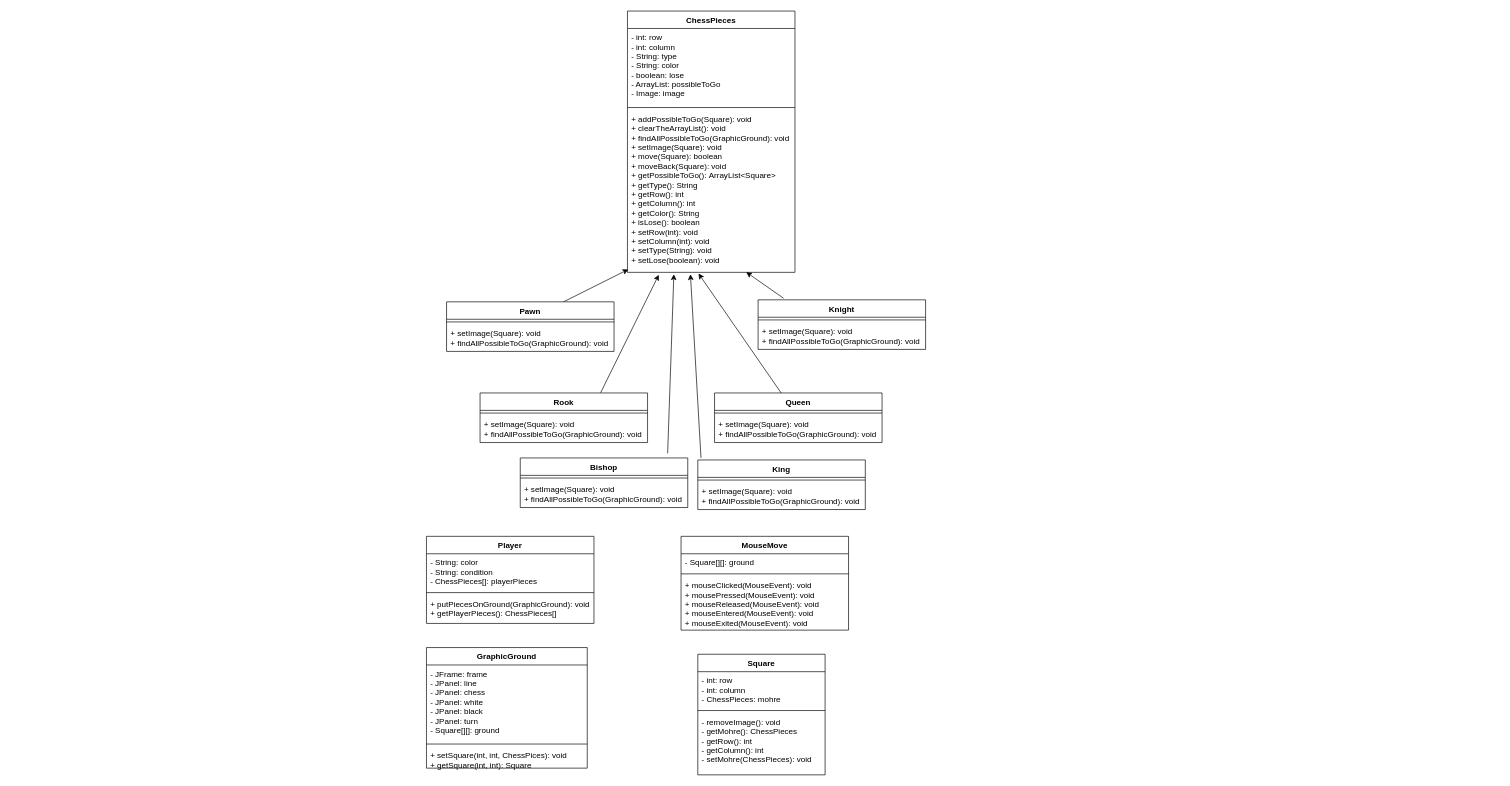
Earlier version of the draw.io diagram ChessGraphicDiagram.drawio (Baharkaviani/GraphicOfChess). Source tidied: cells renumbered, new cells numbered last; positions are measured from the earlier drawing's top-left corner, leaving out a move shared by most shapes. Both pictures are drawn from the tidied source at 67%, with x=0, y=0 at pixel (426, 11).
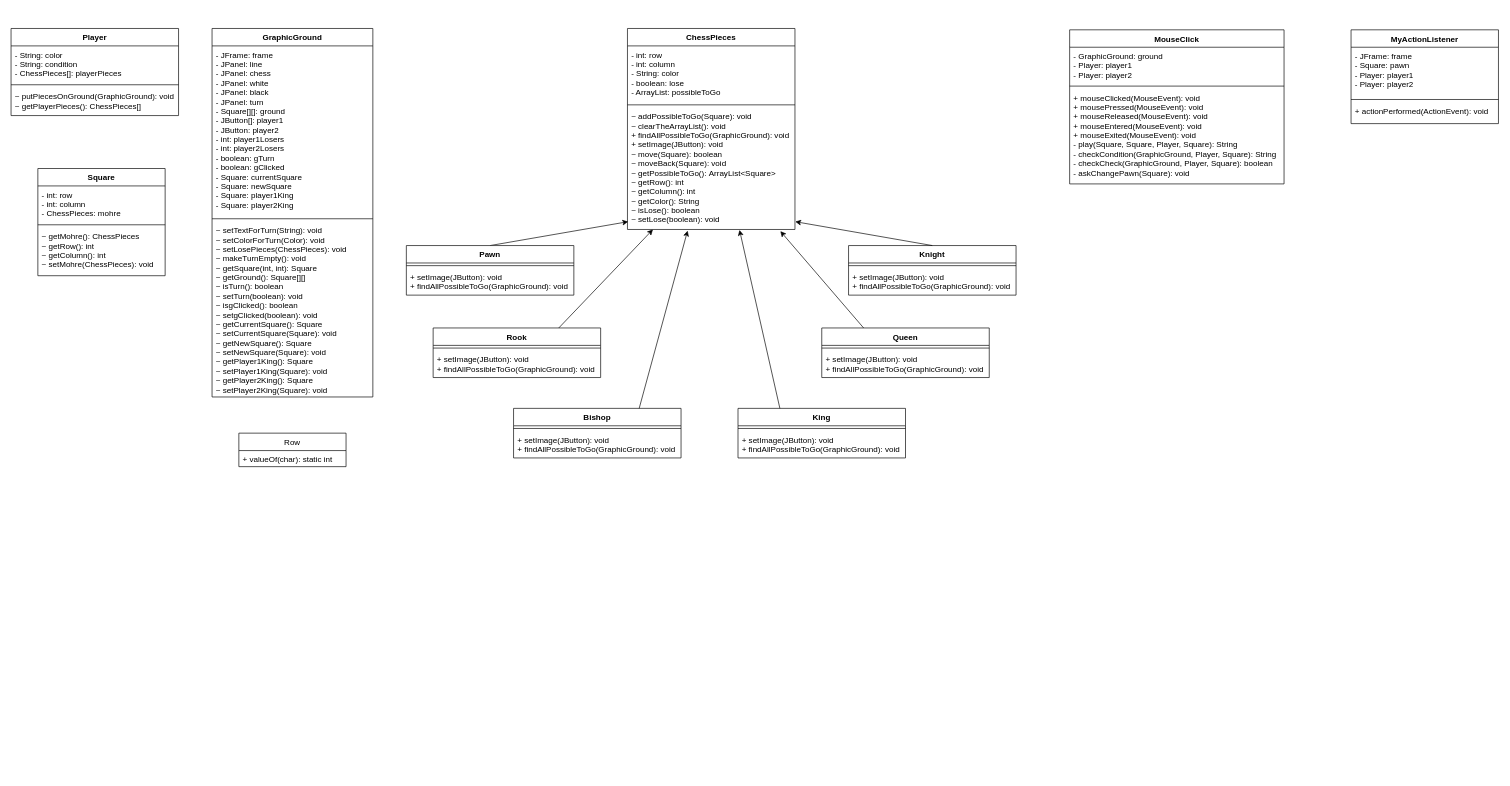
The same diagram, later.

Commit message (it also covers changes not shown here):
Complete ChessGraphicDiagram.drawio and some little changes

What changed in the source:
```diff
@@
     <mxCell id="2" value="ChessPieces" style="swimlane;fontStyle=1;align=center;verticalAlign=top;horizontal=1;startSize=26;" parent="1" vertex="1">
-      <mxGeometry x="300" width="250" height="390" as="geometry" />
+      <mxGeometry x="300" y="26" width="250" height="300" as="geometry" />
     </mxCell>
-    <mxCell id="3" value="- int: row&#10;- int: column&#10;- String: type&#10;- String: color&#10;- boolean: lose&#10;- ArrayList: possibleToGo&#10;- Image: image" style="text;strokeColor=none;fillColor=none;align=left;verticalAlign=top;spacingLeft=4;spacingRight=4;overflow=hidden;" parent="2" vertex="1">
-      <mxGeometry y="26" width="250" height="114" as="geometry" />
+    <mxCell id="3" value="- int: row&#10;- int: column&#10;- String: color&#10;- boolean: lose&#10;- ArrayList: possibleToGo&#10;" style="text;strokeColor=none;fillColor=none;align=left;verticalAlign=top;spacingLeft=4;spacingRight=4;overflow=hidden;" parent="2" vertex="1">
+      <mxGeometry y="26" width="250" height="84" as="geometry" />
     </mxCell>
     <mxCell id="4" style="line;strokeWidth=1;fillColor=none;align=left;verticalAlign=middle;spacingTop=-1;spacingLeft=3;spacingRight=3;labelPosition=right;" parent="2" vertex="1">
-      <mxGeometry y="140" width="250" height="8" as="geometry" />
+      <mxGeometry y="110" width="250" height="8" as="geometry" />
     </mxCell>
-    <mxCell id="5" value="+ addPossibleToGo(Square): void&#10;+ clearTheArrayList(): void&#10;+ findAllPossibleToGo(GraphicGround): void&#10;+ setImage(Square): void&#10;+ move(Square): boolean&#10;+ moveBack(Square): void&#10;+ getPossibleToGo(): ArrayList&lt;Square&gt;&#10;+ getType(): String&#10;+ getRow(): int&#10;+ getColumn(): int&#10;+ getColor(): String&#10;+ isLose(): boolean&#10;+ setRow(int): void&#10;+ setColumn(int): void&#10;+ setType(String): void&#10;+ setLose(boolean): void&#10;" style="text;strokeColor=none;fillColor=none;align=left;verticalAlign=top;spacingLeft=4;spacingRight=4;overflow=hidden;points=[[0,0.5],[1,0.5]];portConstraint=eastwest;fontStyle=0;" parent="2" vertex="1">
-      <mxGeometry y="148" width="250" height="242" as="geometry" />
+    <mxCell id="5" value="~ addPossibleToGo(Square): void&#10;~ clearTheArrayList(): void&#10;+ findAllPossibleToGo(GraphicGround): void&#10;+ setImage(JButton): void&#10;~ move(Square): boolean&#10;~ moveBack(Square): void&#10;~ getPossibleToGo(): ArrayList&lt;Square&gt;&#10;~ getRow(): int&#10;~ getColumn(): int&#10;~ getColor(): String&#10;~ isLose(): boolean&#10;~ setLose(boolean): void&#10;" style="text;strokeColor=none;fillColor=none;align=left;verticalAlign=top;spacingLeft=4;spacingRight=4;overflow=hidden;points=[[0,0.5],[1,0.5]];portConstraint=eastwest;fontStyle=0;" parent="2" vertex="1">
+      <mxGeometry y="118" width="250" height="182" as="geometry" />
     </mxCell>
-    <mxCell id="6" style="endArrow=classic;html=1;entryX=0.005;entryY=0.982;entryDx=0;entryDy=0;entryPerimeter=0;exitX=0.696;exitY=0.004;exitDx=0;exitDy=0;exitPerimeter=0;" parent="1" edge="1" source="7" target="5">
+    <mxCell id="6" style="endArrow=classic;html=1;entryX=0.004;entryY=0.936;entryDx=0;entryDy=0;entryPerimeter=0;exitX=0.5;exitY=0;exitDx=0;exitDy=0;" parent="1" edge="1" source="7" target="5">
       <mxGeometry relative="1" as="geometry" />
     </mxCell>
     <mxCell id="7" value="Pawn" style="swimlane;fontStyle=1;align=center;verticalAlign=top;horizontal=1;startSize=26;" parent="1" vertex="1">
-      <mxGeometry x="30" y="434" width="250" height="74" as="geometry" />
+      <mxGeometry x="-30" y="350" width="250" height="74" as="geometry" />
     </mxCell>
@@
-    <mxCell id="9" value="+ setImage(Square): void&#10;+ findAllPossibleToGo(GraphicGround): void" style="text;strokeColor=none;fillColor=none;align=left;verticalAlign=top;spacingLeft=4;spacingRight=4;overflow=hidden;" parent="7" vertex="1">
+    <mxCell id="9" value="+ setImage(JButton): void&#10;+ findAllPossibleToGo(GraphicGround): void" style="text;strokeColor=none;fillColor=none;align=left;verticalAlign=top;spacingLeft=4;spacingRight=4;overflow=hidden;" parent="7" vertex="1">
       <mxGeometry y="34" width="250" height="40" as="geometry" />
     </mxCell>
     <mxCell id="10" value="Rook" style="swimlane;fontStyle=1;align=center;verticalAlign=top;horizontal=1;startSize=26;" parent="1" vertex="1">
-      <mxGeometry x="80" y="570" width="250" height="74" as="geometry" />
+      <mxGeometry x="10" y="473" width="250" height="74" as="geometry" />
     </mxCell>
@@
-    <mxCell id="12" value="+ setImage(Square): void&#10;+ findAllPossibleToGo(GraphicGround): void" style="text;strokeColor=none;fillColor=none;align=left;verticalAlign=top;spacingLeft=4;spacingRight=4;overflow=hidden;" parent="10" vertex="1">
+    <mxCell id="12" value="+ setImage(JButton): void&#10;+ findAllPossibleToGo(GraphicGround): void" style="text;strokeColor=none;fillColor=none;align=left;verticalAlign=top;spacingLeft=4;spacingRight=4;overflow=hidden;" parent="10" vertex="1">
       <mxGeometry y="34" width="250" height="40" as="geometry" />
     </mxCell>
-    <mxCell id="13" style="endArrow=classic;html=1;entryX=0.187;entryY=1.015;entryDx=0;entryDy=0;entryPerimeter=0;exitX=0.72;exitY=-0.005;exitDx=0;exitDy=0;exitPerimeter=0;" parent="1" edge="1" source="10" target="5">
+    <mxCell id="13" style="endArrow=classic;html=1;exitX=0.75;exitY=0;exitDx=0;exitDy=0;" parent="1" edge="1" source="10" target="5">
       <mxGeometry relative="1" as="geometry" />
     </mxCell>
     <mxCell id="14" value="Knight" style="swimlane;fontStyle=1;align=center;verticalAlign=top;horizontal=1;startSize=26;" parent="1" vertex="1">
-      <mxGeometry x="495" y="431" width="250" height="74" as="geometry" />
+      <mxGeometry x="630" y="350" width="250" height="74" as="geometry" />
     </mxCell>
@@
-    <mxCell id="16" value="+ setImage(Square): void&#10;+ findAllPossibleToGo(GraphicGround): void" style="text;strokeColor=none;fillColor=none;align=left;verticalAlign=top;spacingLeft=4;spacingRight=4;overflow=hidden;" parent="14" vertex="1">
+    <mxCell id="16" value="+ setImage(JButton): void&#10;+ findAllPossibleToGo(GraphicGround): void" style="text;strokeColor=none;fillColor=none;align=left;verticalAlign=top;spacingLeft=4;spacingRight=4;overflow=hidden;" parent="14" vertex="1">
       <mxGeometry y="34" width="250" height="40" as="geometry" />
     </mxCell>
-    <mxCell id="17" style="endArrow=classic;html=1;entryX=0.709;entryY=0.999;entryDx=0;entryDy=0;entryPerimeter=0;exitX=0.152;exitY=-0.032;exitDx=0;exitDy=0;exitPerimeter=0;" parent="1" edge="1" source="14" target="5">
+    <mxCell id="17" style="endArrow=classic;html=1;entryX=1.002;entryY=0.936;entryDx=0;entryDy=0;entryPerimeter=0;exitX=0.5;exitY=0;exitDx=0;exitDy=0;" parent="1" edge="1" source="14" target="5">
       <mxGeometry relative="1" as="geometry" />
     </mxCell>
     <mxCell id="18" value="Bishop" style="swimlane;fontStyle=1;align=center;verticalAlign=top;horizontal=1;startSize=26;" parent="1" vertex="1">
-      <mxGeometry x="140" y="667" width="250" height="74" as="geometry" />
+      <mxGeometry x="130" y="593" width="250" height="74" as="geometry" />
     </mxCell>
@@
-    <mxCell id="20" value="+ setImage(Square): void&#10;+ findAllPossibleToGo(GraphicGround): void" style="text;strokeColor=none;fillColor=none;align=left;verticalAlign=top;spacingLeft=4;spacingRight=4;overflow=hidden;" parent="18" vertex="1">
+    <mxCell id="20" value="+ setImage(JButton): void&#10;+ findAllPossibleToGo(GraphicGround): void" style="text;strokeColor=none;fillColor=none;align=left;verticalAlign=top;spacingLeft=4;spacingRight=4;overflow=hidden;" parent="18" vertex="1">
       <mxGeometry y="34" width="250" height="40" as="geometry" />
     </mxCell>
-    <mxCell id="21" style="endArrow=classic;html=1;entryX=0.277;entryY=1.012;entryDx=0;entryDy=0;entryPerimeter=0;" parent="1" edge="1" target="5">
-      <mxGeometry relative="1" as="geometry">
-        <mxPoint x="360" y="660" as="sourcePoint" />
-      </mxGeometry>
+    <mxCell id="21" style="endArrow=classic;html=1;entryX=0.359;entryY=1.01;entryDx=0;entryDy=0;entryPerimeter=0;exitX=0.75;exitY=0;exitDx=0;exitDy=0;" parent="1" edge="1" source="18" target="5">
+      <mxGeometry relative="1" as="geometry" />
     </mxCell>
     <mxCell id="22" value="Queen" style="swimlane;fontStyle=1;align=center;verticalAlign=top;horizontal=1;startSize=26;" parent="1" vertex="1">
-      <mxGeometry x="430" y="570" width="250" height="74" as="geometry" />
+      <mxGeometry x="590" y="473" width="250" height="74" as="geometry" />
     </mxCell>
@@
-    <mxCell id="24" value="+ setImage(Square): void&#10;+ findAllPossibleToGo(GraphicGround): void" style="text;strokeColor=none;fillColor=none;align=left;verticalAlign=top;spacingLeft=4;spacingRight=4;overflow=hidden;" parent="22" vertex="1">
+    <mxCell id="24" value="+ setImage(JButton): void&#10;+ findAllPossibleToGo(GraphicGround): void" style="text;strokeColor=none;fillColor=none;align=left;verticalAlign=top;spacingLeft=4;spacingRight=4;overflow=hidden;" parent="22" vertex="1">
       <mxGeometry y="34" width="250" height="40" as="geometry" />
     </mxCell>
-    <mxCell id="25" style="endArrow=classic;html=1;entryX=0.424;entryY=1.007;entryDx=0;entryDy=0;entryPerimeter=0;" parent="1" edge="1" source="22" target="5">
+    <mxCell id="25" style="endArrow=classic;html=1;exitX=0.25;exitY=0;exitDx=0;exitDy=0;entryX=0.913;entryY=1.014;entryDx=0;entryDy=0;entryPerimeter=0;" parent="1" edge="1" source="22" target="5">
       <mxGeometry relative="1" as="geometry" />
     </mxCell>
     <mxCell id="26" value="King" style="swimlane;fontStyle=1;align=center;verticalAlign=top;horizontal=1;startSize=26;" parent="1" vertex="1">
-      <mxGeometry x="405" y="670" width="250" height="74" as="geometry" />
+      <mxGeometry x="465" y="593" width="250" height="74" as="geometry" />
     </mxCell>
@@
-    <mxCell id="28" value="+ setImage(Square): void&#10;+ findAllPossibleToGo(GraphicGround): void" style="text;strokeColor=none;fillColor=none;align=left;verticalAlign=top;spacingLeft=4;spacingRight=4;overflow=hidden;" parent="26" vertex="1">
+    <mxCell id="28" value="+ setImage(JButton): void&#10;+ findAllPossibleToGo(GraphicGround): void" style="text;strokeColor=none;fillColor=none;align=left;verticalAlign=top;spacingLeft=4;spacingRight=4;overflow=hidden;" parent="26" vertex="1">
       <mxGeometry y="34" width="250" height="40" as="geometry" />
     </mxCell>
-    <mxCell id="29" style="endArrow=classic;html=1;entryX=0.376;entryY=1.012;entryDx=0;entryDy=0;entryPerimeter=0;exitX=0.019;exitY=-0.041;exitDx=0;exitDy=0;exitPerimeter=0;" parent="1" edge="1" source="26" target="5">
+    <mxCell id="29" style="endArrow=classic;html=1;exitX=0.25;exitY=0;exitDx=0;exitDy=0;entryX=0.669;entryY=1.004;entryDx=0;entryDy=0;entryPerimeter=0;" parent="1" edge="1" source="26" target="5">
       <mxGeometry relative="1" as="geometry" />
     </mxCell>
     <mxCell id="30" value="Player" style="swimlane;fontStyle=1;align=center;verticalAlign=top;horizontal=1;startSize=26;" parent="1" vertex="1">
-      <mxGeometry y="784" width="250" height="130" as="geometry" />
+      <mxGeometry x="-620" y="26" width="250" height="130" as="geometry" />
     </mxCell>
@@
-    <mxCell id="33" value="+ putPiecesOnGround(GraphicGround): void&#10;+ getPlayerPieces(): ChessPieces[]" style="text;strokeColor=none;fillColor=none;align=left;verticalAlign=top;spacingLeft=4;spacingRight=4;overflow=hidden;" parent="30" vertex="1">
+    <mxCell id="33" value="~ putPiecesOnGround(GraphicGround): void&#10;~ getPlayerPieces(): ChessPieces[]" style="text;strokeColor=none;fillColor=none;align=left;verticalAlign=top;spacingLeft=4;spacingRight=4;overflow=hidden;" parent="30" vertex="1">
       <mxGeometry y="88" width="250" height="42" as="geometry" />
     </mxCell>
-    <mxCell id="34" value="MouseMove" style="swimlane;fontStyle=1;align=center;verticalAlign=top;horizontal=1;startSize=26;" parent="1" vertex="1">
-      <mxGeometry x="380" y="784" width="250" height="140" as="geometry" />
+    <mxCell id="34" value="MouseClick" style="swimlane;fontStyle=1;align=center;verticalAlign=top;horizontal=1;startSize=26;" parent="1" vertex="1">
+      <mxGeometry x="960" y="28" width="320" height="230" as="geometry" />
     </mxCell>
-    <mxCell id="35" value="- Square[][]: ground" style="text;strokeColor=none;fillColor=none;align=left;verticalAlign=top;spacingLeft=4;spacingRight=4;overflow=hidden;" parent="34" vertex="1">
-      <mxGeometry y="26" width="250" height="26" as="geometry" />
+    <mxCell id="35" value="- GraphicGround: ground&#10;- Player: player1&#10;- Player: player2&#10;" style="text;strokeColor=none;fillColor=none;align=left;verticalAlign=top;spacingLeft=4;spacingRight=4;overflow=hidden;" parent="34" vertex="1">
+      <mxGeometry y="26" width="320" height="54" as="geometry" />
     </mxCell>
     <mxCell id="36" style="line;strokeWidth=1;fillColor=none;align=left;verticalAlign=middle;spacingTop=-1;spacingLeft=3;spacingRight=3;labelPosition=right;" parent="34" vertex="1">
-      <mxGeometry y="52" width="250" height="8" as="geometry" />
+      <mxGeometry y="80" width="320" height="8" as="geometry" />
     </mxCell>
-    <mxCell id="37" value="+ mouseClicked(MouseEvent): void&#10;+ mousePressed(MouseEvent): void&#10;+ mouseReleased(MouseEvent): void&#10;+ mouseEntered(MouseEvent): void&#10;+ mouseExited(MouseEvent): void" style="text;strokeColor=none;fillColor=none;align=left;verticalAlign=top;spacingLeft=4;spacingRight=4;overflow=hidden;" parent="34" vertex="1">
-      <mxGeometry y="60" width="250" height="80" as="geometry" />
+    <mxCell id="37" value="+ mouseClicked(MouseEvent): void&#10;+ mousePressed(MouseEvent): void&#10;+ mouseReleased(MouseEvent): void&#10;+ mouseEntered(MouseEvent): void&#10;+ mouseExited(MouseEvent): void&#10;- play(Square, Square, Player, Square): String&#10;- checkCondition(GraphicGround, Player, Square): String&#10;- checkCheck(GraphicGround, Player, Square): boolean&#10;- askChangePawn(Square): void&#10;" style="text;strokeColor=none;fillColor=none;align=left;verticalAlign=top;spacingLeft=4;spacingRight=4;overflow=hidden;" parent="34" vertex="1">
+      <mxGeometry y="88" width="320" height="142" as="geometry" />
     </mxCell>
     <mxCell id="38" value="GraphicGround" style="swimlane;fontStyle=1;align=center;verticalAlign=top;horizontal=1;startSize=26;" parent="1" vertex="1">
-      <mxGeometry y="950" width="240" height="180" as="geometry" />
+      <mxGeometry x="-320" y="26" width="240" height="550" as="geometry" />
     </mxCell>
-    <mxCell id="39" value="- JFrame: frame&#10;- JPanel: line&#10;- JPanel: chess&#10;- JPanel: white&#10;- JPanel: black&#10;- JPanel: turn&#10;- Square[][]: ground" style="text;strokeColor=none;fillColor=none;align=left;verticalAlign=top;spacingLeft=4;spacingRight=4;overflow=hidden;" parent="38" vertex="1">
-      <mxGeometry y="26" width="240" height="114" as="geometry" />
+    <mxCell id="39" value="- JFrame: frame&#10;- JPanel: line&#10;- JPanel: chess&#10;- JPanel: white&#10;- JPanel: black&#10;- JPanel: turn&#10;- Square[][]: ground&#10;- JButton[]: player1&#10;- JButton: player2&#10;- int: player1Losers&#10;- int: player2Losers&#10;- boolean: gTurn&#10;- boolean: gClicked&#10;- Square: currentSquare&#10;- Square: newSquare&#10;- Square: player1King&#10;- Square: player2King" style="text;strokeColor=none;fillColor=none;align=left;verticalAlign=top;spacingLeft=4;spacingRight=4;overflow=hidden;" parent="38" vertex="1">
+      <mxGeometry y="26" width="240" height="254" as="geometry" />
     </mxCell>
     <mxCell id="40" style="line;strokeWidth=1;fillColor=none;align=left;verticalAlign=middle;spacingTop=-1;spacingLeft=3;spacingRight=3;labelPosition=right;" parent="38" vertex="1">
-      <mxGeometry y="140" width="240" height="8" as="geometry" />
+      <mxGeometry y="280" width="240" height="8" as="geometry" />
     </mxCell>
-    <mxCell id="41" value="+ setSquare(int, int, ChessPices): void&#10;+ getSquare(int, int): Square&#10;&#10;" style="text;strokeColor=none;fillColor=none;align=left;verticalAlign=top;spacingLeft=4;spacingRight=4;overflow=hidden;" parent="38" vertex="1">
-      <mxGeometry y="148" width="240" height="32" as="geometry" />
+    <mxCell id="41" value="~ setTextForTurn(String): void&#10;~ setColorForTurn(Color): void&#10;~ setLosePieces(ChessPieces): void&#10;~ makeTurnEmpty(): void&#10;~ getSquare(int, int): Square&#10;~ getGround(): Square[][]&#10;~ isTurn(): boolean&#10;~ setTurn(boolean): void&#10;~ isgClicked(): boolean&#10;~ setgClicked(boolean): void&#10;~ getCurrentSquare(): Square&#10;~ setCurrentSquare(Square): void&#10;~ getNewSquare(): Square&#10;~ setNewSquare(Square): void&#10;~ getPlayer1King(): Square&#10;~ setPlayer1King(Square): void&#10;~ getPlayer2King(): Square&#10;~ setPlayer2King(Square): void" style="text;strokeColor=none;fillColor=none;align=left;verticalAlign=top;spacingLeft=4;spacingRight=4;overflow=hidden;" parent="38" vertex="1">
+      <mxGeometry y="288" width="240" height="262" as="geometry" />
     </mxCell>
     <mxCell id="42" value="Square" style="swimlane;fontStyle=1;align=center;verticalAlign=top;horizontal=1;startSize=26;" parent="1" vertex="1">
-      <mxGeometry x="405" y="960" width="190" height="180" as="geometry" />
+      <mxGeometry x="-580" y="235" width="190" height="160" as="geometry" />
     </mxCell>
@@
-    <mxCell id="45" value="- removeImage(): void&#10;- getMohre(): ChessPieces&#10;- getRow(): int&#10;- getColumn(): int&#10;- setMohre(ChessPieces): void&#10;" style="text;strokeColor=none;fillColor=none;align=left;verticalAlign=top;spacingLeft=4;spacingRight=4;overflow=hidden;" parent="42" vertex="1">
-      <mxGeometry y="88" width="190" height="92" as="geometry" />
+    <mxCell id="45" value="~ getMohre(): ChessPieces&#10;~ getRow(): int&#10;~ getColumn(): int&#10;~ setMohre(ChessPieces): void&#10;" style="text;strokeColor=none;fillColor=none;align=left;verticalAlign=top;spacingLeft=4;spacingRight=4;overflow=hidden;" parent="42" vertex="1">
+      <mxGeometry y="88" width="190" height="72" as="geometry" />
     </mxCell>
+    <mxCell id="46" value="MyActionListener" style="swimlane;fontStyle=1;align=center;verticalAlign=top;horizontal=1;startSize=26;" parent="1" vertex="1">
+      <mxGeometry x="1380" y="28" width="220" height="140" as="geometry" />
+    </mxCell>
+    <mxCell id="47" value="- JFrame: frame&#10;- Square: pawn&#10;- Player: player1&#10;- Player: player2&#10;" style="text;strokeColor=none;fillColor=none;align=left;verticalAlign=top;spacingLeft=4;spacingRight=4;overflow=hidden;" parent="46" vertex="1">
+      <mxGeometry y="26" width="220" height="74" as="geometry" />
+    </mxCell>
+    <mxCell id="48" style="line;strokeWidth=1;fillColor=none;align=left;verticalAlign=middle;spacingTop=-1;spacingLeft=3;spacingRight=3;labelPosition=right;" parent="46" vertex="1">
+      <mxGeometry y="100" width="220" height="8" as="geometry" />
+    </mxCell>
+    <mxCell id="49" value="+ actionPerformed(ActionEvent): void&#10;" style="text;strokeColor=none;fillColor=none;align=left;verticalAlign=top;spacingLeft=4;spacingRight=4;overflow=hidden;" parent="46" vertex="1">
+      <mxGeometry y="108" width="220" height="32" as="geometry" />
+    </mxCell>
+    <mxCell id="50" value="Row" style="swimlane;fontStyle=0;horizontal=1;startSize=26;fillColor=none;" parent="1" vertex="1">
+      <mxGeometry x="-280" y="630" width="160" height="50" as="geometry" />
+    </mxCell>
+    <mxCell id="51" value="+ valueOf(char): static int " style="text;strokeColor=none;fillColor=none;align=left;verticalAlign=top;spacingLeft=4;spacingRight=4;overflow=hidden;" parent="50" vertex="1">
+      <mxGeometry y="26" width="160" height="24" as="geometry" />
+    </mxCell>
```
